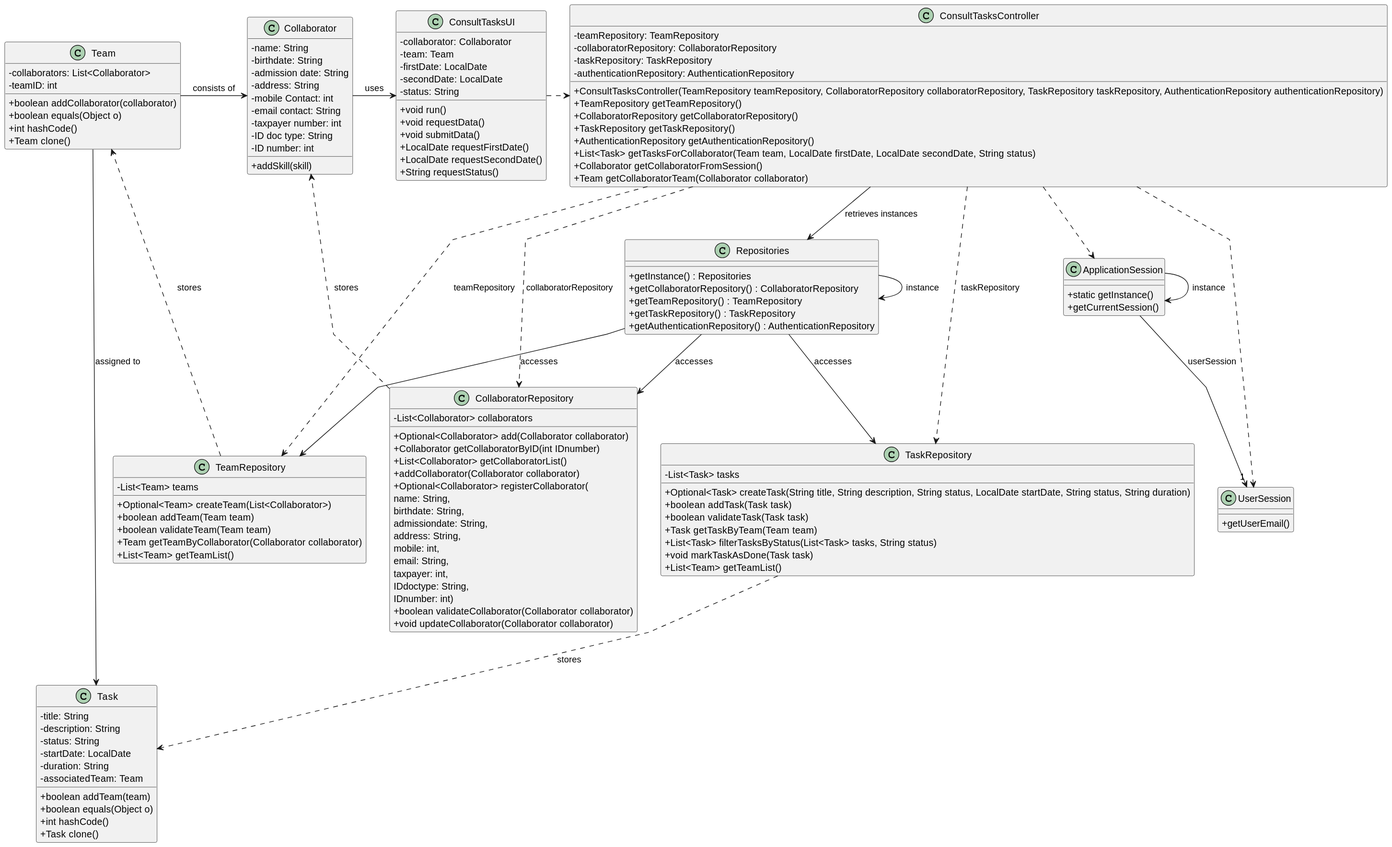
The PlantUML diagram docs/sprint3/us028/03.design/svg/us028-class-diagram.svg in tiagosoa/lei-24-s2-1dgh-g073, before a commit.
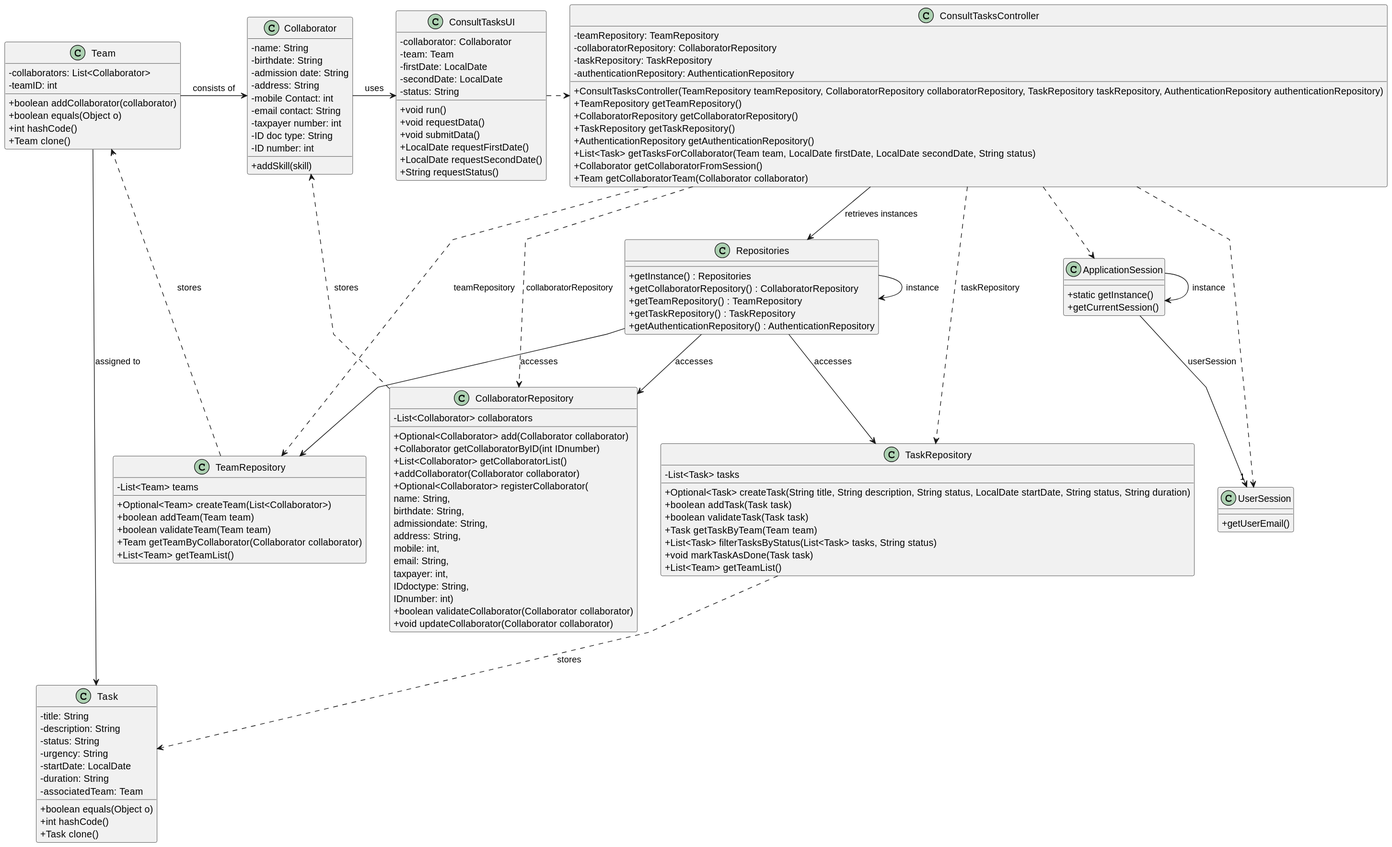
The same file after the commit.

The edit, as a diff of the source:
```diff
@@ -102,13 +102,13 @@
     - title: String
     - description: String
     - status: String
+    - urgency: String
     - startDate: LocalDate
     - duration: String
     - associatedTeam: Team
-        + boolean addTeam(team)
-        + boolean equals(Object o)
-        + int hashCode()
-        + Task clone()
+    + boolean equals(Object o)
+    + int hashCode()
+    + Task clone()
 }
 
 class TeamRepository {
```
